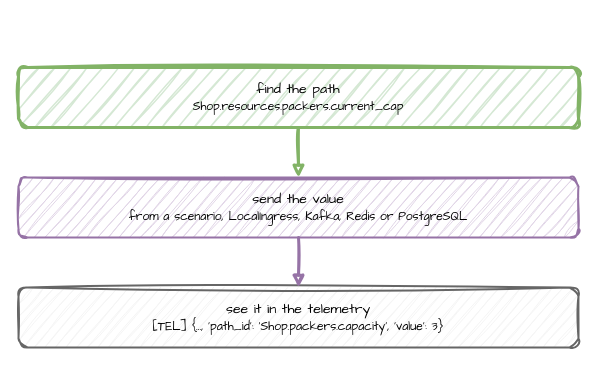
Before: docs/assets/diagrams/live-change-steps.drawio in jaehyeon-kim/desflow, a draw.io diagram. Source tidied: cells renumbered, new cells numbered last; positions are measured from the earlier drawing's top-left corner, leaving out a move shared by most shapes. Both pictures are drawn from the tidied source at 100%, with x=0, y=0 at pixel (18, 67).
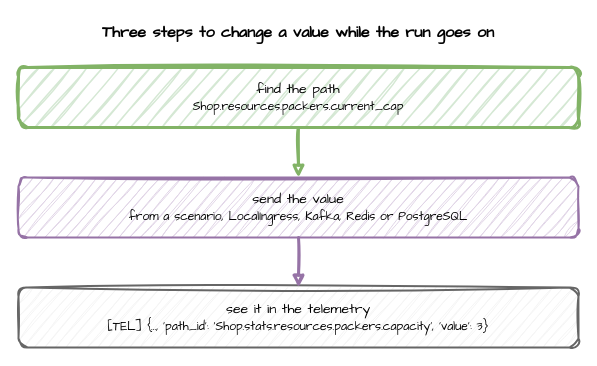
Above is the later version.

The edit, as a diff of the source:
```diff
@@
 <mxGraphModel>
   <root>
     <mxCell id="0" />
     <mxCell id="1" parent="0" />
+    <mxCell id="7" value="Three steps to change a value while the run goes on" style="text;html=1;align=center;verticalAlign=middle;whiteSpace=wrap;fontFamily=Comic Sans MS;fontSize=16;fontStyle=1;" parent="1" vertex="1">
+      <mxGeometry y="-50" width="560" height="30" as="geometry" />
+    </mxCell>
     <mxCell id="2" value="find the path&lt;br&gt;&lt;font style='font-size:12px'&gt;Shop.resources.packers.current_cap&lt;/font&gt;" style="rounded=1;whiteSpace=wrap;html=1;sketch=1;curveFitting=1;jiggle=2;fontFamily=Comic Sans MS;fontSize=14;fillColor=#d5e8d4;strokeColor=#82b366;strokeWidth=3;" parent="1" vertex="1">
       <mxGeometry width="560" height="60" as="geometry" />
     </mxCell>
     <mxCell id="3" value="send the value&lt;br&gt;&lt;font style='font-size:12px'&gt;from a scenario, LocalIngress, Kafka, Redis or PostgreSQL&lt;/font&gt;" style="rounded=1;whiteSpace=wrap;html=1;sketch=1;curveFitting=1;jiggle=2;fontFamily=Comic Sans MS;fontSize=14;fillColor=#e1d5e7;strokeColor=#9673a6;strokeWidth=2;" parent="1" vertex="1">
       <mxGeometry y="110" width="560" height="60" as="geometry" />
     </mxCell>
-    <mxCell id="4" value="see it in the telemetry&lt;br&gt;&lt;font style='font-size:12px'&gt;[TEL] {..., 'path_id': 'Shop.packers.capacity', 'value': 3}&lt;/font&gt;" style="rounded=1;whiteSpace=wrap;html=1;sketch=1;curveFitting=1;jiggle=2;fontFamily=Comic Sans MS;fontSize=14;fillColor=#f5f5f5;strokeColor=#666666;strokeWidth=2;" parent="1" vertex="1">
+    <mxCell id="4" value="see it in the telemetry&lt;br&gt;&lt;font style='font-size:12px'&gt;[TEL] {..., 'path_id': 'Shop.stats.resources.packers.capacity', 'value': 3}&lt;/font&gt;" style="rounded=1;whiteSpace=wrap;html=1;sketch=1;curveFitting=1;jiggle=2;fontFamily=Comic Sans MS;fontSize=14;fillColor=#f5f5f5;strokeColor=#666666;strokeWidth=2;" parent="1" vertex="1">
       <mxGeometry y="220" width="560" height="60" as="geometry" />
     </mxCell>
     <mxCell id="5" style="edgeStyle=orthogonalEdgeStyle;rounded=0;sketch=1;html=1;strokeWidth=3;endArrow=block;strokeColor=#82b366;fontFamily=Comic Sans MS;fontSize=13;labelBackgroundColor=#ffffff;exitX=0.5;exitY=1;exitDx=0;exitDy=0;entryX=0.5;entryY=0;entryDx=0;entryDy=0;" parent="1" edge="1" source="2" target="3">
       <mxGeometry relative="1" as="geometry" />
     </mxCell>
     <mxCell id="6" style="edgeStyle=orthogonalEdgeStyle;rounded=0;sketch=1;html=1;strokeWidth=3;endArrow=block;strokeColor=#9673a6;fontFamily=Comic Sans MS;fontSize=13;labelBackgroundColor=#ffffff;exitX=0.5;exitY=1;exitDx=0;exitDy=0;entryX=0.5;entryY=0;entryDx=0;entryDy=0;" parent="1" edge="1" source="3" target="4">
       <mxGeometry relative="1" as="geometry" />
     </mxCell>
   </root>
 </mxGraphModel>
```
